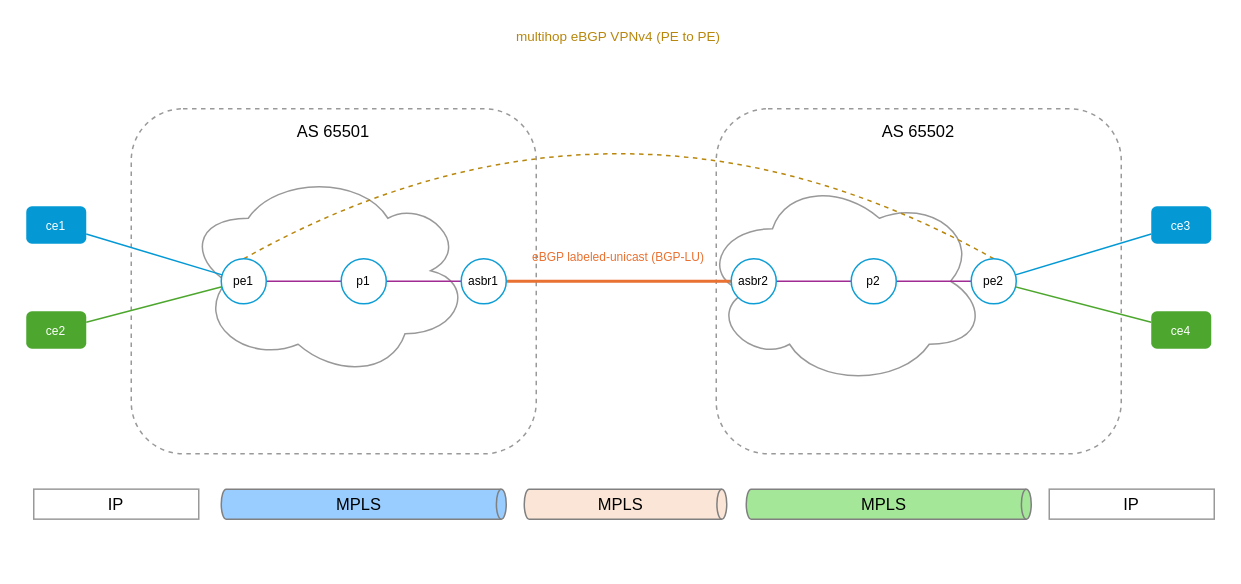
The draw.io diagram playset/images/InterASOptionC.drawio in zebra-rs/zebra-rs, before the edit. Source tidied: cells renumbered, new cells numbered last; positions are measured from the earlier drawing's top-left corner, leaving out a move shared by most shapes. Both pictures are drawn from the tidied source at 150%, with x=0, y=0 at pixel (26, 26).
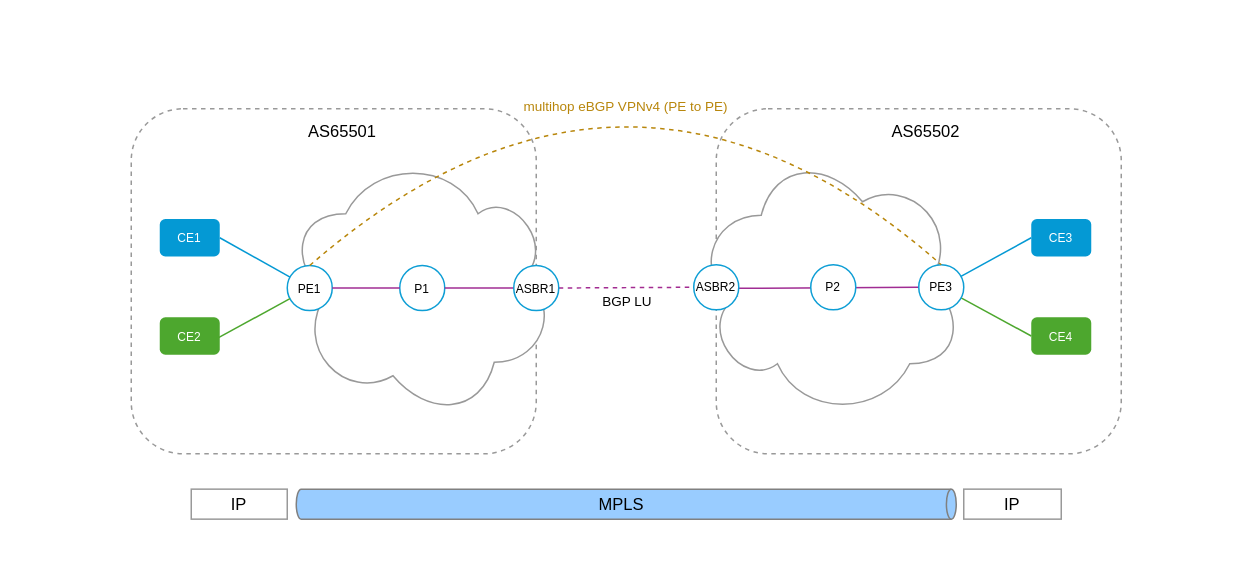
After the change.

Diff of the diagram source:
```diff
@@
+    <mxCell id="35" style="rounded=0;whiteSpace=wrap;html=1;strokeColor=none;" parent="1" vertex="1">
+      <mxGeometry x="40" y="25" width="720" height="330" as="geometry" />
+    </mxCell>
+    <mxCell id="3" style="rounded=1;whiteSpace=wrap;html=1;fillColor=none;dashed=1;strokeColor=#999999;" parent="1" vertex="1">
+      <mxGeometry x="460" y="55" width="270" height="230" as="geometry" />
+    </mxCell>
+    <mxCell id="36" style="ellipse;shape=cloud;whiteSpace=wrap;html=1;strokeColor=#999999;" parent="1" vertex="1">
+      <mxGeometry x="445" y="81" width="180" height="180" as="geometry" />
+    </mxCell>
@@
-    <mxCell id="3" style="rounded=1;whiteSpace=wrap;html=1;fillColor=none;dashed=1;strokeColor=#999999;" parent="1" vertex="1">
-      <mxGeometry x="460" y="55" width="270" height="230" as="geometry" />
-    </mxCell>
-    <mxCell id="4" style="ellipse;shape=cloud;whiteSpace=wrap;html=1;flipV=1;flipH=1;strokeColor=#999999;" parent="1" vertex="1">
-      <mxGeometry x="110" y="100" width="190" height="140" as="geometry" />
-    </mxCell>
-    <mxCell id="5" style="ellipse;shape=cloud;whiteSpace=wrap;html=1;strokeColor=#999999;" parent="1" vertex="1">
-      <mxGeometry x="450" y="100" width="190" height="140" as="geometry" />
-    </mxCell>
-    <mxCell id="6" value="AS 65501" style="text;html=1;whiteSpace=wrap;strokeColor=none;fillColor=none;align=center;verticalAlign=middle;rounded=0;fontSize=11;" parent="1" vertex="1">
-      <mxGeometry x="170" y="55" width="70" height="30" as="geometry" />
-    </mxCell>
-    <mxCell id="7" value="AS 65502" style="text;html=1;whiteSpace=wrap;strokeColor=none;fillColor=none;align=center;verticalAlign=middle;rounded=0;fontSize=11;" parent="1" vertex="1">
-      <mxGeometry x="560" y="55" width="70" height="30" as="geometry" />
-    </mxCell>
-    <mxCell id="8" style="endArrow=none;html=1;rounded=0;curved=1;dashed=1;strokeColor=#B8860B;exitX=0.5;exitY=0;exitDx=0;exitDy=0;entryX=0.5;entryY=0;entryDx=0;entryDy=0;" parent="1" edge="1" source="20" target="25">
-      <mxGeometry relative="1" as="geometry">
-        <Array as="points">
-          <mxPoint x="395" y="15" />
-        </Array>
-      </mxGeometry>
-    </mxCell>
+    <mxCell id="37" style="ellipse;shape=cloud;whiteSpace=wrap;html=1;flipV=1;flipH=1;strokeColor=#999999;" parent="1" vertex="1">
+      <mxGeometry x="177" y="89" width="180" height="180" as="geometry" />
+    </mxCell>
+    <mxCell id="38" value="PE1" style="ellipse;whiteSpace=wrap;html=1;strokeColor=#0E9ED5;fontSize=8;" parent="1" vertex="1">
+      <mxGeometry x="174" y="159.5" width="30" height="30" as="geometry" />
+    </mxCell>
+    <mxCell id="39" value="&lt;font&gt;P1&lt;/font&gt;" style="ellipse;whiteSpace=wrap;html=1;strokeColor=#0E9ED5;fontSize=8;" parent="1" vertex="1">
+      <mxGeometry x="249" y="159.5" width="30" height="30" as="geometry" />
+    </mxCell>
+    <mxCell id="40" value="CE1" style="rounded=1;whiteSpace=wrap;html=1;fillStyle=solid;fillColor=#0499D4;strokeColor=none;fontSize=8;fontColor=#FFFFFF;" parent="1" vertex="1">
+      <mxGeometry x="89" y="128.5" width="40" height="25" as="geometry" />
+    </mxCell>
+    <mxCell id="41" value="CE3" style="rounded=1;whiteSpace=wrap;html=1;fillStyle=solid;fillColor=#0499D4;strokeColor=none;fontSize=8;fontColor=#FFFFFF;" parent="1" vertex="1">
+      <mxGeometry x="670" y="128.5" width="40" height="25" as="geometry" />
+    </mxCell>
+    <mxCell id="42" style="endArrow=none;html=1;rounded=0;exitX=1;exitY=0.5;exitDx=0;exitDy=0;strokeColor=#0499D4;fillColor=#0499D4;" parent="1" edge="1" source="40" target="38">
+      <mxGeometry relative="1" as="geometry" />
+    </mxCell>
+    <mxCell id="43" value="CE4" style="rounded=1;whiteSpace=wrap;html=1;fillStyle=solid;fillColor=#4DA72E;strokeColor=none;fontSize=8;fontColor=#FFFFFF;" parent="1" vertex="1">
+      <mxGeometry x="670" y="194" width="40" height="25" as="geometry" />
+    </mxCell>
+    <mxCell id="44" value="CE2" style="rounded=1;whiteSpace=wrap;html=1;fillStyle=solid;fillColor=#4DA72E;strokeColor=none;fontSize=8;fontColor=#FFFFFF;" parent="1" vertex="1">
+      <mxGeometry x="89" y="194" width="40" height="25" as="geometry" />
+    </mxCell>
+    <mxCell id="45" style="endArrow=none;html=1;rounded=0;strokeColor=#4DA72E;exitX=0.957;exitY=0.562;exitDx=0;exitDy=0;exitPerimeter=0;" parent="1" edge="1" source="44" target="38">
+      <mxGeometry relative="1" as="geometry" />
+    </mxCell>
+    <mxCell id="46" style="endArrow=none;html=1;rounded=0;entryX=0;entryY=0.5;entryDx=0;entryDy=0;strokeColor=#0499D4;" parent="1" edge="1" source="54" target="41">
+      <mxGeometry relative="1" as="geometry" />
+    </mxCell>
+    <mxCell id="47" style="endArrow=none;html=1;rounded=0;entryX=0;entryY=0.5;entryDx=0;entryDy=0;strokeColor=#4DA72E;" parent="1" edge="1" source="54" target="43">
+      <mxGeometry relative="1" as="geometry" />
+    </mxCell>
+    <mxCell id="48" style="endArrow=none;html=1;rounded=0;strokeColor=#A02C93;" parent="1" edge="1" source="39" target="51">
+      <mxGeometry relative="1" as="geometry" />
+    </mxCell>
+    <mxCell id="49" style="endArrow=none;html=1;rounded=0;strokeColor=#A02C93;" parent="1" edge="1" source="38" target="39">
+      <mxGeometry relative="1" as="geometry" />
+    </mxCell>
+    <mxCell id="50" style="endArrow=none;html=1;rounded=0;strokeColor=light-dark(#a22b91, #418e26);dashed=1;" parent="1" edge="1" source="51" target="55">
+      <mxGeometry relative="1" as="geometry" />
+    </mxCell>
+    <mxCell id="51" value="ASBR1" style="ellipse;whiteSpace=wrap;html=1;strokeColor=#0E9ED5;fontSize=8;" parent="1" vertex="1">
+      <mxGeometry x="325" y="159.5" width="30" height="30" as="geometry" />
+    </mxCell>
+    <mxCell id="52" style="endArrow=none;html=1;rounded=0;strokeColor=#A02C93;" parent="1" edge="1" target="54">
+      <mxGeometry relative="1" as="geometry">
+        <mxPoint x="475" y="174.7" as="sourcePoint" />
+      </mxGeometry>
+    </mxCell>
+    <mxCell id="53" value="&lt;span&gt;P2&lt;/span&gt;" style="ellipse;whiteSpace=wrap;html=1;strokeColor=#0E9ED5;fontSize=8;" parent="1" vertex="1">
+      <mxGeometry x="523" y="159" width="30" height="30" as="geometry" />
+    </mxCell>
+    <mxCell id="54" value="PE3" style="ellipse;whiteSpace=wrap;html=1;strokeColor=#0E9ED5;fontSize=8;" parent="1" vertex="1">
+      <mxGeometry x="595" y="159" width="30" height="30" as="geometry" />
+    </mxCell>
+    <mxCell id="55" value="&lt;span&gt;ASBR2&lt;/span&gt;" style="ellipse;whiteSpace=wrap;html=1;strokeColor=#0E9ED5;fontSize=8;" parent="1" vertex="1">
+      <mxGeometry x="445" y="159" width="30" height="30" as="geometry" />
+    </mxCell>
+    <mxCell id="56" value="AS65501" style="text;html=1;whiteSpace=wrap;strokeColor=none;fillColor=none;align=center;verticalAlign=middle;rounded=0;fontSize=11;" parent="1" vertex="1">
+      <mxGeometry x="176" y="55" width="70" height="30" as="geometry" />
+    </mxCell>
+    <mxCell id="57" value="AS65502" style="text;html=1;whiteSpace=wrap;strokeColor=none;fillColor=none;align=center;verticalAlign=middle;rounded=0;fontSize=11;" parent="1" vertex="1">
+      <mxGeometry x="565" y="55" width="70" height="30" as="geometry" />
+    </mxCell>
+    <mxCell id="58" value="&lt;font&gt;MPLS&lt;/font&gt;" style="shape=cylinder3;whiteSpace=wrap;html=1;boundedLbl=1;backgroundOutline=1;size=3.285714285714164;direction=south;strokeColor=#808080;fillColor=light-dark(#99CCFF,#2566A8);fontColor=#000000;fontSize=11;" parent="1" vertex="1">
+      <mxGeometry x="180" y="308.6" width="440" height="20" as="geometry" />
+    </mxCell>
+    <mxCell id="59" value="&lt;font&gt;IP&lt;/font&gt;" style="rounded=0;whiteSpace=wrap;html=1;strokeColor=#999999;fontSize=11;" parent="1" vertex="1">
+      <mxGeometry x="110" y="308.6" width="64" height="20" as="geometry" />
+    </mxCell>
+    <mxCell id="60" value="&lt;font&gt;IP&lt;/font&gt;" style="rounded=0;whiteSpace=wrap;html=1;strokeColor=#999999;fontSize=11;" parent="1" vertex="1">
+      <mxGeometry x="625" y="308.6" width="65" height="20" as="geometry" />
+    </mxCell>
+    <mxCell id="61" value="BGP LU" style="text;html=1;whiteSpace=wrap;strokeColor=none;fillColor=none;align=center;verticalAlign=middle;rounded=0;fontSize=9;" parent="1" vertex="1">
+      <mxGeometry x="371" y="174" width="60" height="20" as="geometry" />
+    </mxCell>
     <mxCell id="9" value="multihop eBGP VPNv4 (PE to PE)" style="text;html=1;whiteSpace=wrap;strokeColor=none;fillColor=none;align=center;verticalAlign=middle;rounded=0;fontSize=9;fontColor=#B8860B;" parent="1" vertex="1">
-      <mxGeometry x="305" width="180" height="14" as="geometry" />
+      <mxGeometry x="310" y="47" width="180" height="14" as="geometry" />
     </mxCell>
-    <mxCell id="10" style="endArrow=none;html=1;rounded=0;strokeColor=#0499D4;" parent="1" edge="1" source="26" target="20">
-      <mxGeometry relative="1" as="geometry" />
-    </mxCell>
-    <mxCell id="11" style="endArrow=none;html=1;rounded=0;strokeColor=#4DA72E;" parent="1" edge="1" source="27" target="20">
-      <mxGeometry relative="1" as="geometry" />
-    </mxCell>
-    <mxCell id="12" style="endArrow=none;html=1;rounded=0;strokeColor=#A02C93;" parent="1" edge="1" source="20" target="21">
-      <mxGeometry relative="1" as="geometry" />
-    </mxCell>
-    <mxCell id="13" style="endArrow=none;html=1;rounded=0;strokeColor=#A02C93;" parent="1" edge="1" source="21" target="22">
-      <mxGeometry relative="1" as="geometry" />
-    </mxCell>
-    <mxCell id="14" style="endArrow=none;html=1;rounded=0;strokeColor=#A02C93;" parent="1" edge="1" source="23" target="24">
-      <mxGeometry relative="1" as="geometry" />
-    </mxCell>
-    <mxCell id="15" style="endArrow=none;html=1;rounded=0;strokeColor=#A02C93;" parent="1" edge="1" source="24" target="25">
-      <mxGeometry relative="1" as="geometry" />
-    </mxCell>
-    <mxCell id="16" style="endArrow=none;html=1;rounded=0;strokeColor=#0499D4;" parent="1" edge="1" source="25" target="28">
-      <mxGeometry relative="1" as="geometry" />
-    </mxCell>
-    <mxCell id="17" style="endArrow=none;html=1;rounded=0;strokeColor=#4DA72E;" parent="1" edge="1" source="25" target="29">
-      <mxGeometry relative="1" as="geometry" />
-    </mxCell>
-    <mxCell id="18" style="endArrow=none;html=1;rounded=0;strokeColor=#E97131;strokeWidth=2;" parent="1" edge="1" source="22" target="23">
-      <mxGeometry relative="1" as="geometry" />
-    </mxCell>
-    <mxCell id="19" value="eBGP labeled-unicast (BGP-LU)" style="text;html=1;whiteSpace=wrap;strokeColor=none;fillColor=none;align=center;verticalAlign=middle;rounded=0;fontSize=8;fontColor=#E97131;" parent="1" vertex="1">
-      <mxGeometry x="315" y="147" width="160" height="14" as="geometry" />
-    </mxCell>
-    <mxCell id="20" value="pe1" style="ellipse;whiteSpace=wrap;html=1;strokeColor=#0E9ED5;fillColor=#FFFFFF;fontSize=8;" parent="1" vertex="1">
-      <mxGeometry x="130" y="155" width="30" height="30" as="geometry" />
-    </mxCell>
-    <mxCell id="21" value="p1" style="ellipse;whiteSpace=wrap;html=1;strokeColor=#0E9ED5;fillColor=#FFFFFF;fontSize=8;" parent="1" vertex="1">
-      <mxGeometry x="210" y="155" width="30" height="30" as="geometry" />
-    </mxCell>
-    <mxCell id="22" value="asbr1" style="ellipse;whiteSpace=wrap;html=1;strokeColor=#0E9ED5;fillColor=#FFFFFF;fontSize=8;" parent="1" vertex="1">
-      <mxGeometry x="290" y="155" width="30" height="30" as="geometry" />
-    </mxCell>
-    <mxCell id="23" value="asbr2" style="ellipse;whiteSpace=wrap;html=1;strokeColor=#0E9ED5;fillColor=#FFFFFF;fontSize=8;" parent="1" vertex="1">
-      <mxGeometry x="470" y="155" width="30" height="30" as="geometry" />
-    </mxCell>
-    <mxCell id="24" value="p2" style="ellipse;whiteSpace=wrap;html=1;strokeColor=#0E9ED5;fillColor=#FFFFFF;fontSize=8;" parent="1" vertex="1">
-      <mxGeometry x="550" y="155" width="30" height="30" as="geometry" />
-    </mxCell>
-    <mxCell id="25" value="pe2" style="ellipse;whiteSpace=wrap;html=1;strokeColor=#0E9ED5;fillColor=#FFFFFF;fontSize=8;" parent="1" vertex="1">
-      <mxGeometry x="630" y="155" width="30" height="30" as="geometry" />
-    </mxCell>
-    <mxCell id="26" value="ce1" style="rounded=1;whiteSpace=wrap;html=1;fillStyle=solid;fillColor=#0499D4;strokeColor=none;fontSize=8;fontColor=#FFFFFF;" parent="1" vertex="1">
-      <mxGeometry y="120" width="40" height="25" as="geometry" />
-    </mxCell>
-    <mxCell id="27" value="ce2" style="rounded=1;whiteSpace=wrap;html=1;fillStyle=solid;fillColor=#4DA72E;strokeColor=none;fontSize=8;fontColor=#FFFFFF;" parent="1" vertex="1">
-      <mxGeometry y="190" width="40" height="25" as="geometry" />
-    </mxCell>
-    <mxCell id="28" value="ce3" style="rounded=1;whiteSpace=wrap;html=1;fillStyle=solid;fillColor=#0499D4;strokeColor=none;fontSize=8;fontColor=#FFFFFF;" parent="1" vertex="1">
-      <mxGeometry x="750" y="120" width="40" height="25" as="geometry" />
-    </mxCell>
-    <mxCell id="29" value="ce4" style="rounded=1;whiteSpace=wrap;html=1;fillStyle=solid;fillColor=#4DA72E;strokeColor=none;fontSize=8;fontColor=#FFFFFF;" parent="1" vertex="1">
-      <mxGeometry x="750" y="190" width="40" height="25" as="geometry" />
-    </mxCell>
-    <mxCell id="30" value="IP" style="rounded=0;whiteSpace=wrap;html=1;strokeColor=#999999;fontSize=11;" parent="1" vertex="1">
-      <mxGeometry x="5" y="308.6" width="110" height="20" as="geometry" />
-    </mxCell>
-    <mxCell id="31" value="MPLS" style="shape=cylinder3;whiteSpace=wrap;html=1;boundedLbl=1;backgroundOutline=1;size=3.285714285714164;direction=south;strokeColor=#808080;fillColor=light-dark(#99CCFF,#2566A8);fontColor=#000000;fontSize=11;" parent="1" vertex="1">
-      <mxGeometry x="130" y="308.6" width="190" height="20" as="geometry" />
-    </mxCell>
-    <mxCell id="32" value="MPLS" style="shape=cylinder3;whiteSpace=wrap;html=1;boundedLbl=1;backgroundOutline=1;size=3.285714285714164;direction=south;strokeColor=#808080;fillColor=light-dark(#FBE5D6,#7A4A21);fontColor=#000000;fontSize=11;" parent="1" vertex="1">
-      <mxGeometry x="332" y="308.6" width="135" height="20" as="geometry" />
-    </mxCell>
-    <mxCell id="33" value="MPLS" style="shape=cylinder3;whiteSpace=wrap;html=1;boundedLbl=1;backgroundOutline=1;size=3.285714285714164;direction=south;strokeColor=#808080;fillColor=light-dark(#A5E798,#003900);fontColor=#000000;fontSize=11;" parent="1" vertex="1">
-      <mxGeometry x="480" y="308.6" width="190" height="20" as="geometry" />
-    </mxCell>
-    <mxCell id="34" value="IP" style="rounded=0;whiteSpace=wrap;html=1;strokeColor=#999999;fontSize=11;" parent="1" vertex="1">
-      <mxGeometry x="682" y="308.6" width="110" height="20" as="geometry" />
-    </mxCell>
+    <mxCell id="62" style="endArrow=none;html=1;rounded=0;curved=1;dashed=1;strokeColor=#B8860B;exitX=0.5;exitY=0;exitDx=0;exitDy=0;entryX=0.5;entryY=0;entryDx=0;entryDy=0;" parent="1" edge="1" source="38" target="54">
+      <mxGeometry relative="1" as="geometry">
+        <Array as="points">
+          <mxPoint x="401" y="-25" />
+        </Array>
+      </mxGeometry>
+    </mxCell>
```
